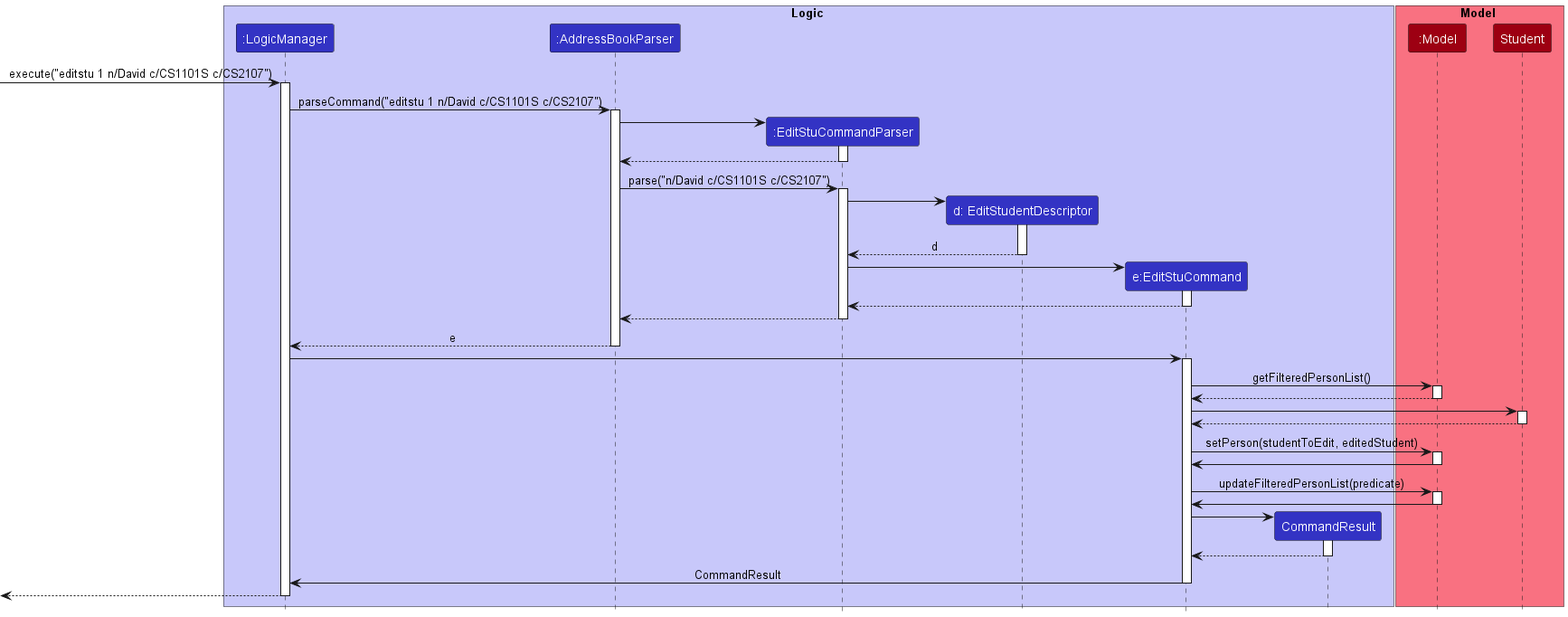
Earlier version of the PlantUML export docs/images/EditStuCommandSequenceDiagram.png (nus-cs2103-AY2223S1/tp).
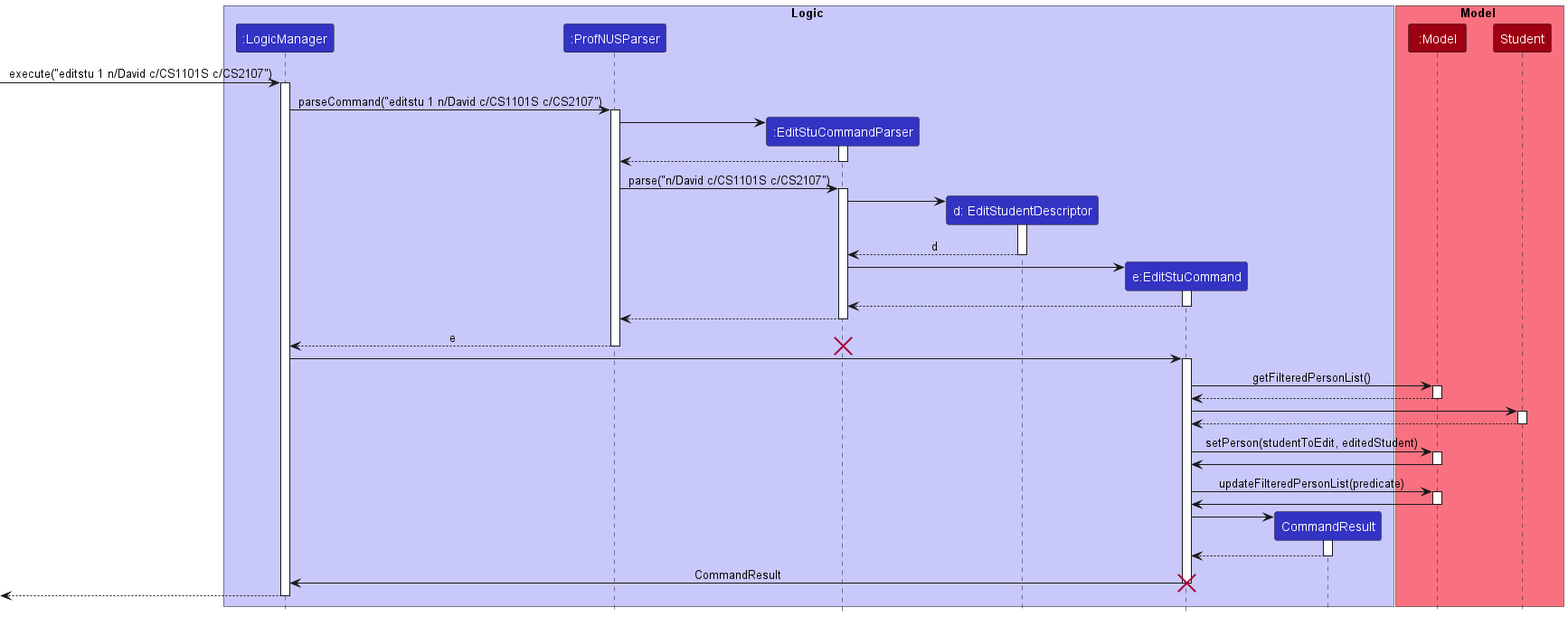
After the change.

Diff of the diagram source:
```diff
@@ -3,7 +3,7 @@
 
 box Logic LOGIC_COLOR_T1
 participant ":LogicManager" as LogicManager LOGIC_COLOR
-participant ":AddressBookParser" as AddressBookParser LOGIC_COLOR
+participant ":ProfNUSParser" as ProfNUSParser LOGIC_COLOR
 participant ":EditStuCommandParser" as EditStuCommandParser LOGIC_COLOR
 participant "d: EditStudentDescriptor" as EditStudentDescriptor LOGIC_COLOR
 participant "e:EditStuCommand" as EditStuCommand LOGIC_COLOR
@@ -18,17 +18,17 @@
 [-> LogicManager : execute("editstu 1 n/David c/CS1101S c/CS2107")
 activate LogicManager
 
-LogicManager -> AddressBookParser : parseCommand("editstu 1 n/David c/CS1101S c/CS2107")
-activate AddressBookParser
+LogicManager -> ProfNUSParser : parseCommand("editstu 1 n/David c/CS1101S c/CS2107")
+activate ProfNUSParser
 
 create EditStuCommandParser
-AddressBookParser -> EditStuCommandParser
+ProfNUSParser -> EditStuCommandParser
 activate EditStuCommandParser
 
-EditStuCommandParser --> AddressBookParser
+EditStuCommandParser --> ProfNUSParser
 deactivate EditStuCommandParser
 
-AddressBookParser -> EditStuCommandParser : parse("n/David c/CS1101S c/CS2107")
+ProfNUSParser -> EditStuCommandParser : parse("n/David c/CS1101S c/CS2107")
 activate EditStuCommandParser
 
 create EditStudentDescriptor
@@ -45,11 +45,12 @@
 EditStuCommand --> EditStuCommandParser
 deactivate EditStuCommand
 
-EditStuCommandParser --> AddressBookParser
+EditStuCommandParser --> ProfNUSParser
 deactivate EditStuCommandParser
 
-AddressBookParser --> LogicManager: e
-deactivate AddressBookParser
+ProfNUSParser --> LogicManager: e
+deactivate ProfNUSParser
+destroy EditStuCommandParser
 
 LogicManager -> EditStuCommand
 activate EditStuCommand
@@ -88,6 +89,8 @@
 
 EditStuCommand -> LogicManager : CommandResult
 deactivate EditStuCommand
+destroy EditStuCommand
+
 
 [<--LogicManager
 deactivate LogicManager
```
